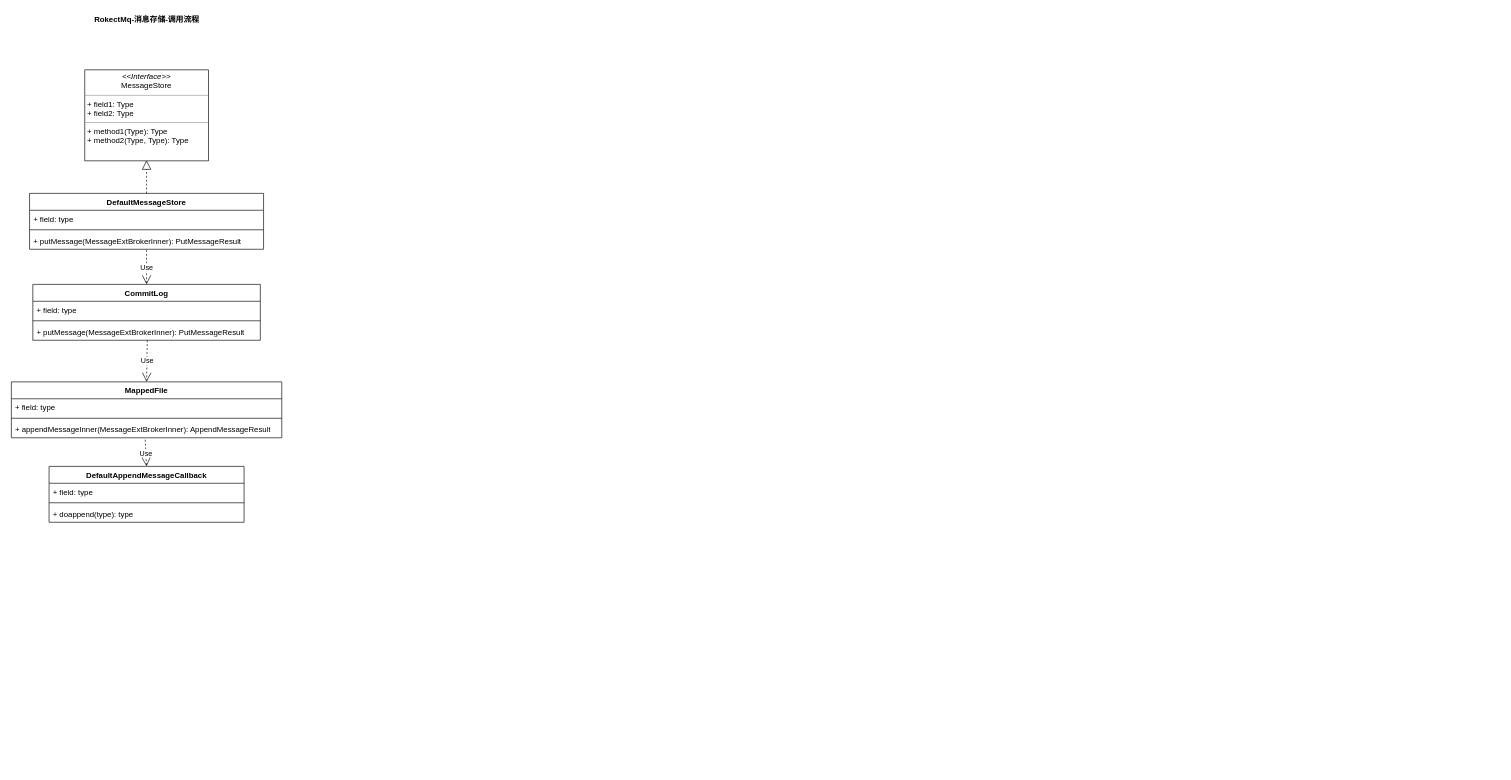
realLiuzh/Note keeps this draw.io diagram as rocketmq-消息存储.drawio. Above is the earlier version. Source tidied: cells renumbered, new cells numbered last; positions are measured from the earlier drawing's top-left corner, leaving out a move shared by most shapes. Both pictures are drawn from the tidied source at 65%, with x=0, y=0 at pixel (11, 11).
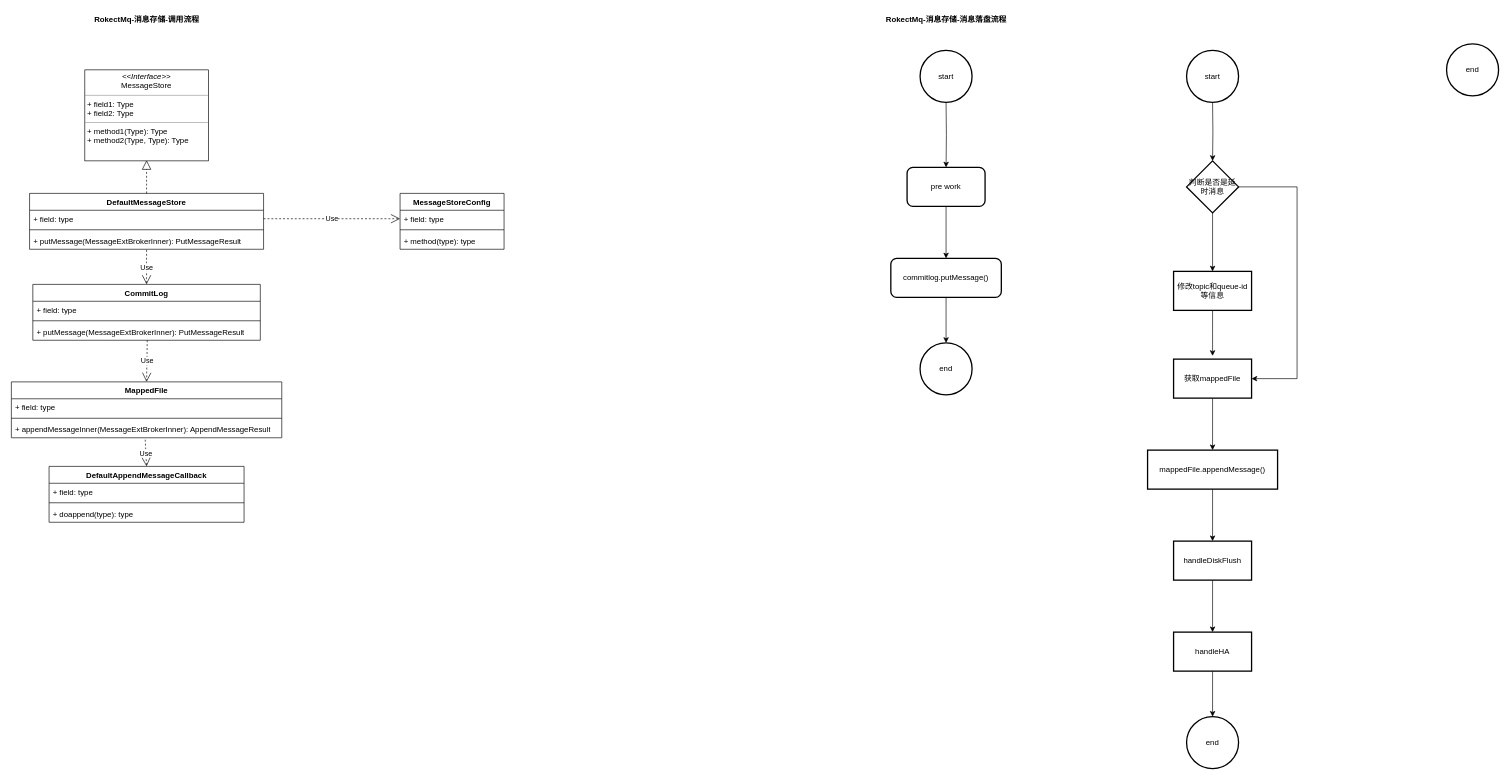
After the change.

Commit message (it also covers changes not shown here):
更新rocketmq-消息存储.drawio

Unchanged cells that the change refers to:
```xml
<mxCell id="3" value="+ field: type" style="text;strokeColor=none;fillColor=none;align=left;verticalAlign=top;spacingLeft=4;spacingRight=4;overflow=hidden;points=[[0,0.5],[1,0.5]];portConstraint=eastwest;whiteSpace=wrap;html=1;" parent="2" vertex="1">
  <mxGeometry y="26" width="360" height="26" as="geometry" />
</mxCell>
```

The edit, as a diff of the source:
```diff
@@
+    <mxCell id="24" value="MessageStoreConfig" style="swimlane;fontStyle=1;align=center;verticalAlign=top;horizontal=1;startSize=26;whiteSpace=wrap;html=1;" parent="1" vertex="1">
+      <mxGeometry x="598" y="280" width="160" height="86" as="geometry" />
+    </mxCell>
+    <mxCell id="25" value="+ field: type" style="text;strokeColor=none;fillColor=none;align=left;verticalAlign=top;spacingLeft=4;spacingRight=4;overflow=hidden;points=[[0,0.5],[1,0.5]];portConstraint=eastwest;whiteSpace=wrap;html=1;" parent="24" vertex="1">
+      <mxGeometry y="26" width="160" height="26" as="geometry" />
+    </mxCell>
+    <mxCell id="26" style="line;strokeWidth=1;fillColor=none;align=left;verticalAlign=middle;spacingTop=-1;spacingLeft=3;spacingRight=3;labelPosition=right;strokeColor=inherit;" parent="24" vertex="1">
+      <mxGeometry y="52" width="160" height="8" as="geometry" />
+    </mxCell>
+    <mxCell id="27" value="+ method(type): type" style="text;strokeColor=none;fillColor=none;align=left;verticalAlign=top;spacingLeft=4;spacingRight=4;overflow=hidden;whiteSpace=wrap;html=1;" parent="24" vertex="1">
+      <mxGeometry y="60" width="160" height="26" as="geometry" />
+    </mxCell>
+    <mxCell id="28" value="Use" style="endArrow=open;endSize=12;dashed=1;html=1;rounded=0;entryX=0;entryY=0.5;entryDx=0;entryDy=0;exitX=1;exitY=0.5;exitDx=0;exitDy=0;" parent="1" edge="1" source="3" target="25">
+      <mxGeometry relative="1" as="geometry" />
+    </mxCell>
+    <mxCell id="29" value="RokectMq-消息存储-消息落盘流程" style="text;align=center;fontStyle=1;verticalAlign=middle;spacingLeft=3;spacingRight=3;strokeColor=none;html=1;" parent="1" vertex="1">
+      <mxGeometry x="1398" width="80" height="26" as="geometry" />
+    </mxCell>
+    <mxCell id="30" style="edgeStyle=orthogonalEdgeStyle;rounded=0;jettySize=auto;html=1;" parent="1" edge="1" target="32">
+      <mxGeometry relative="1" as="geometry">
+        <mxPoint x="1438" y="140" as="sourcePoint" />
+      </mxGeometry>
+    </mxCell>
+    <mxCell id="31" style="edgeStyle=orthogonalEdgeStyle;rounded=0;jettySize=auto;html=1;" parent="1" edge="1" source="32" target="34">
+      <mxGeometry relative="1" as="geometry" />
+    </mxCell>
+    <mxCell id="32" value="pre work" style="rounded=1;whiteSpace=wrap;html=1;strokeWidth=2;" parent="1" vertex="1">
+      <mxGeometry x="1378" y="240" width="120" height="60" as="geometry" />
+    </mxCell>
+    <mxCell id="33" style="edgeStyle=orthogonalEdgeStyle;rounded=0;jettySize=auto;html=1;" parent="1" edge="1" source="34" target="49">
+      <mxGeometry relative="1" as="geometry" />
+    </mxCell>
+    <mxCell id="34" value="commitlog.putMessage()" style="rounded=1;whiteSpace=wrap;html=1;strokeWidth=2;" parent="1" vertex="1">
+      <mxGeometry x="1353" y="380" width="170" height="60" as="geometry" />
+    </mxCell>
+    <mxCell id="35" style="edgeStyle=orthogonalEdgeStyle;rounded=0;jettySize=auto;html=1;" parent="1" edge="1" target="38">
+      <mxGeometry relative="1" as="geometry">
+        <mxPoint x="1848" y="140" as="sourcePoint" />
+      </mxGeometry>
+    </mxCell>
+    <mxCell id="36" style="edgeStyle=orthogonalEdgeStyle;rounded=0;jettySize=auto;html=1;" parent="1" edge="1" source="38" target="40">
+      <mxGeometry relative="1" as="geometry" />
+    </mxCell>
+    <mxCell id="37" style="edgeStyle=orthogonalEdgeStyle;rounded=0;jettySize=auto;html=1;entryX=1;entryY=0.5;entryDx=0;entryDy=0;" parent="1" edge="1" source="38" target="42">
+      <mxGeometry relative="1" as="geometry">
+        <Array as="points">
+          <mxPoint x="1978" y="270" />
+          <mxPoint x="1978" y="565" />
+        </Array>
+      </mxGeometry>
+    </mxCell>
+    <mxCell id="38" value="判断是否是延时消息" style="rhombus;whiteSpace=wrap;html=1;strokeWidth=2;" parent="1" vertex="1">
+      <mxGeometry x="1808" y="230" width="80" height="80" as="geometry" />
+    </mxCell>
+    <mxCell id="39" style="edgeStyle=orthogonalEdgeStyle;rounded=0;jettySize=auto;html=1;" parent="1" edge="1" source="40">
+      <mxGeometry relative="1" as="geometry">
+        <mxPoint x="1848" y="530" as="targetPoint" />
+      </mxGeometry>
+    </mxCell>
+    <mxCell id="40" value="修改topic和queue-id等信息" style="whiteSpace=wrap;html=1;strokeWidth=2;" parent="1" vertex="1">
+      <mxGeometry x="1788" y="400" width="120" height="60" as="geometry" />
+    </mxCell>
+    <mxCell id="41" style="edgeStyle=orthogonalEdgeStyle;rounded=0;jettySize=auto;html=1;" parent="1" edge="1" source="42" target="44">
+      <mxGeometry relative="1" as="geometry" />
+    </mxCell>
+    <mxCell id="42" value="获取mappedFile" style="whiteSpace=wrap;html=1;strokeWidth=2;" parent="1" vertex="1">
+      <mxGeometry x="1788" y="535" width="120" height="60" as="geometry" />
+    </mxCell>
+    <mxCell id="43" style="edgeStyle=orthogonalEdgeStyle;rounded=0;jettySize=auto;html=1;" parent="1" edge="1" source="44" target="46">
+      <mxGeometry relative="1" as="geometry" />
+    </mxCell>
+    <mxCell id="44" value="mappedFile.appendMessage()" style="whiteSpace=wrap;html=1;strokeWidth=2;" parent="1" vertex="1">
+      <mxGeometry x="1748" y="675" width="200" height="60" as="geometry" />
+    </mxCell>
+    <mxCell id="45" style="edgeStyle=orthogonalEdgeStyle;rounded=0;jettySize=auto;html=1;" parent="1" edge="1" source="46" target="48">
+      <mxGeometry relative="1" as="geometry" />
+    </mxCell>
+    <mxCell id="46" value="handleDiskFlush" style="whiteSpace=wrap;html=1;strokeWidth=2;" parent="1" vertex="1">
+      <mxGeometry x="1788" y="815" width="120" height="60" as="geometry" />
+    </mxCell>
+    <mxCell id="47" style="edgeStyle=orthogonalEdgeStyle;rounded=0;jettySize=auto;html=1;" parent="1" edge="1" source="48" target="50">
+      <mxGeometry relative="1" as="geometry" />
+    </mxCell>
+    <mxCell id="48" value="handleHA" style="whiteSpace=wrap;html=1;strokeWidth=2;" parent="1" vertex="1">
+      <mxGeometry x="1788" y="955" width="120" height="60" as="geometry" />
+    </mxCell>
+    <mxCell id="49" value="end" style="ellipse;whiteSpace=wrap;html=1;rounded=1;strokeWidth=2;" parent="1" vertex="1">
+      <mxGeometry x="1398" y="510" width="80" height="80" as="geometry" />
+    </mxCell>
+    <mxCell id="50" value="end" style="ellipse;whiteSpace=wrap;html=1;strokeWidth=2;" parent="1" vertex="1">
+      <mxGeometry x="1808" y="1085" width="80" height="80" as="geometry" />
+    </mxCell>
+    <mxCell id="51" value="end" style="ellipse;whiteSpace=wrap;html=1;rounded=1;strokeWidth=2;" parent="1" vertex="1">
+      <mxGeometry x="2208" y="50" width="80" height="80" as="geometry" />
+    </mxCell>
+    <mxCell id="52" value="start" style="ellipse;whiteSpace=wrap;html=1;rounded=1;strokeWidth=2;" parent="1" vertex="1">
+      <mxGeometry x="1808" y="60" width="80" height="80" as="geometry" />
+    </mxCell>
+    <mxCell id="53" value="start" style="ellipse;whiteSpace=wrap;html=1;rounded=1;strokeWidth=2;" parent="1" vertex="1">
+      <mxGeometry x="1398" y="60" width="80" height="80" as="geometry" />
+    </mxCell>
```
